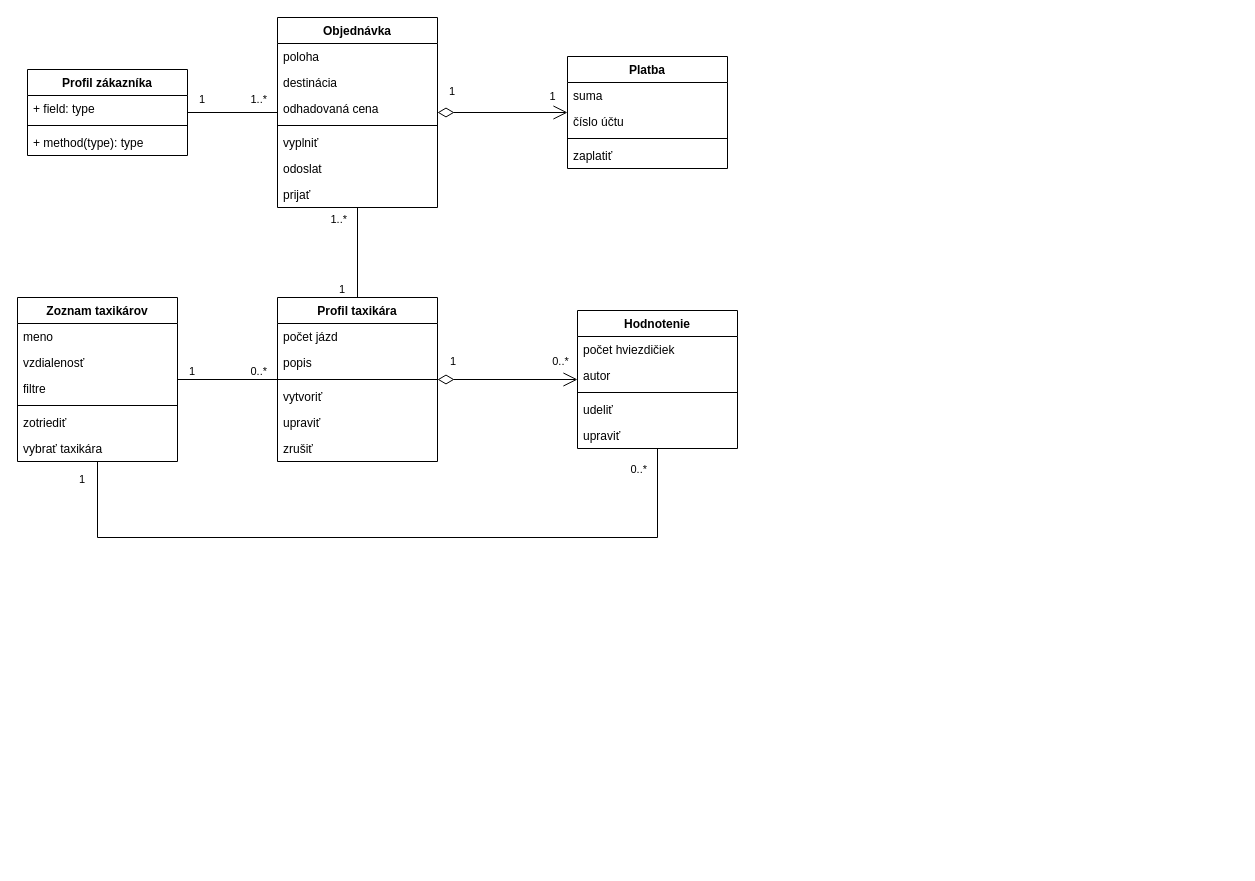
The draw.io diagram Untitled Diagram.drawio in Achatin/Diagrams, before the edit. Source tidied: cells renumbered, new cells numbered last; positions are measured from the earlier drawing's top-left corner, leaving out a move shared by most shapes. Both pictures are drawn from the tidied source at 100%, with x=0, y=0 at pixel (17, 17).
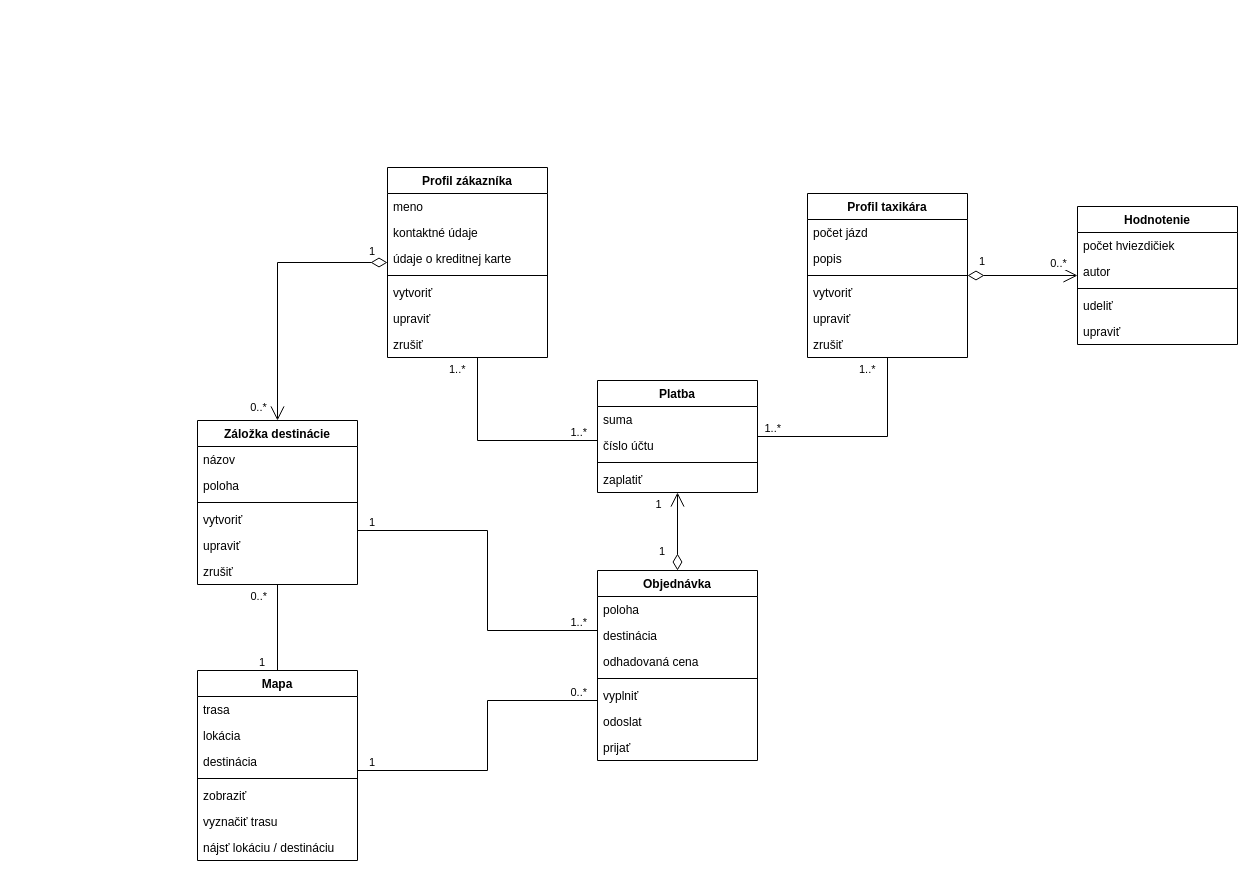
Above is the later version.

What changed in the source:
```diff
@@
     <mxCell id="2" value="Objednávka" style="swimlane;fontStyle=1;align=center;verticalAlign=top;horizontal=1;startSize=26;" parent="1" vertex="1">
-      <mxGeometry x="260" width="160" height="190" as="geometry" />
+      <mxGeometry x="580" y="553" width="160" height="190" as="geometry" />
     </mxCell>
@@
-    <mxCell id="10" value="Zoznam taxikárov" style="swimlane;fontStyle=1;align=center;verticalAlign=top;horizontal=1;startSize=26;" parent="1" vertex="1">
-      <mxGeometry y="280" width="160" height="164" as="geometry" />
-    </mxCell>
-    <mxCell id="11" value="meno" style="text;strokeColor=none;fillColor=none;align=left;verticalAlign=top;spacingLeft=4;spacingRight=4;overflow=hidden;" parent="10" vertex="1">
-      <mxGeometry y="26" width="160" height="26" as="geometry" />
-    </mxCell>
-    <mxCell id="12" value="vzdialenosť" style="text;strokeColor=none;fillColor=none;align=left;verticalAlign=top;spacingLeft=4;spacingRight=4;overflow=hidden;" parent="10" vertex="1">
-      <mxGeometry y="52" width="160" height="26" as="geometry" />
-    </mxCell>
-    <mxCell id="13" value="filtre" style="text;strokeColor=none;fillColor=none;align=left;verticalAlign=top;spacingLeft=4;spacingRight=4;overflow=hidden;" parent="10" vertex="1">
-      <mxGeometry y="78" width="160" height="26" as="geometry" />
-    </mxCell>
-    <mxCell id="14" style="line;strokeWidth=1;fillColor=none;align=left;verticalAlign=middle;spacingTop=-1;spacingLeft=3;spacingRight=3;labelPosition=right;" parent="10" vertex="1">
-      <mxGeometry y="104" width="160" height="8" as="geometry" />
-    </mxCell>
-    <mxCell id="15" value="zotriediť" style="text;strokeColor=none;fillColor=none;align=left;verticalAlign=top;spacingLeft=4;spacingRight=4;overflow=hidden;" parent="10" vertex="1">
-      <mxGeometry y="112" width="160" height="26" as="geometry" />
-    </mxCell>
-    <mxCell id="16" value="vybrať taxikára" style="text;strokeColor=none;fillColor=none;align=left;verticalAlign=top;spacingLeft=4;spacingRight=4;overflow=hidden;" parent="10" vertex="1">
-      <mxGeometry y="138" width="160" height="26" as="geometry" />
-    </mxCell>
     <mxCell id="17" value="Hodnotenie" style="swimlane;fontStyle=1;align=center;verticalAlign=top;horizontal=1;startSize=26;" parent="1" vertex="1">
-      <mxGeometry x="560" y="293" width="160" height="138" as="geometry" />
+      <mxGeometry x="1060" y="189" width="160" height="138" as="geometry" />
     </mxCell>
@@
     <mxCell id="23" value="Profil taxikára" style="swimlane;fontStyle=1;align=center;verticalAlign=top;horizontal=1;startSize=26;" parent="1" vertex="1">
-      <mxGeometry x="260" y="280" width="160" height="164" as="geometry" />
+      <mxGeometry x="790" y="176" width="160" height="164" as="geometry" />
     </mxCell>
@@
-    <mxCell id="30" style="endArrow=none;html=1;edgeStyle=orthogonalEdgeStyle;rounded=0;" parent="1" edge="1" source="10" target="23">
-      <mxGeometry relative="1" as="geometry" />
-    </mxCell>
-    <mxCell id="31" value="1" style="edgeLabel;html=1;align=left;verticalAlign=bottom;" parent="30" vertex="1">
-      <mxGeometry x="-1" relative="1" as="geometry">
-        <mxPoint x="10" as="offset" />
-      </mxGeometry>
-    </mxCell>
-    <mxCell id="32" value="0..*" style="edgeLabel;html=1;align=right;verticalAlign=bottom;" parent="30" vertex="1">
-      <mxGeometry x="1" relative="1" as="geometry">
-        <mxPoint x="-10" as="offset" />
-      </mxGeometry>
-    </mxCell>
-    <mxCell id="33" value="1" style="endArrow=open;html=1;endSize=12;startArrow=diamondThin;startSize=14;startFill=0;edgeStyle=orthogonalEdgeStyle;align=left;verticalAlign=bottom;rounded=0;" parent="1" edge="1" source="23" target="17">
-      <mxGeometry x="-0.85" y="9" relative="1" as="geometry" />
-    </mxCell>
-    <mxCell id="34" value="0..*" style="edgeLabel;html=1;align=center;verticalAlign=middle;" parent="33" vertex="1">
-      <mxGeometry x="0.74" y="-3" relative="1" as="geometry">
-        <mxPoint y="-22" as="offset" />
-      </mxGeometry>
-    </mxCell>
     <mxCell id="35" value="Platba" style="swimlane;fontStyle=1;align=center;verticalAlign=top;horizontal=1;startSize=26;" parent="1" vertex="1">
-      <mxGeometry x="550" y="39" width="160" height="112" as="geometry" />
+      <mxGeometry x="580" y="363" width="160" height="112" as="geometry" />
     </mxCell>
@@
+    <mxCell id="45" value="Profil zákazníka" style="swimlane;fontStyle=1;align=center;verticalAlign=top;horizontal=1;startSize=26;" parent="1" vertex="1">
+      <mxGeometry x="370" y="150" width="160" height="190" as="geometry" />
+    </mxCell>
+    <mxCell id="46" value="meno" style="text;strokeColor=none;fillColor=none;align=left;verticalAlign=top;spacingLeft=4;spacingRight=4;overflow=hidden;" parent="45" vertex="1">
+      <mxGeometry y="26" width="160" height="26" as="geometry" />
+    </mxCell>
+    <mxCell id="55" value="kontaktné údaje" style="text;strokeColor=none;fillColor=none;align=left;verticalAlign=top;spacingLeft=4;spacingRight=4;overflow=hidden;" parent="45" vertex="1">
+      <mxGeometry y="52" width="160" height="26" as="geometry" />
+    </mxCell>
+    <mxCell id="56" value="údaje o kreditnej karte" style="text;strokeColor=none;fillColor=none;align=left;verticalAlign=top;spacingLeft=4;spacingRight=4;overflow=hidden;" parent="45" vertex="1">
+      <mxGeometry y="78" width="160" height="26" as="geometry" />
+    </mxCell>
+    <mxCell id="47" style="line;strokeWidth=1;fillColor=none;align=left;verticalAlign=middle;spacingTop=-1;spacingLeft=3;spacingRight=3;labelPosition=right;" parent="45" vertex="1">
+      <mxGeometry y="104" width="160" height="8" as="geometry" />
+    </mxCell>
+    <mxCell id="48" value="vytvoriť" style="text;strokeColor=none;fillColor=none;align=left;verticalAlign=top;spacingLeft=4;spacingRight=4;overflow=hidden;" parent="45" vertex="1">
+      <mxGeometry y="112" width="160" height="26" as="geometry" />
+    </mxCell>
+    <mxCell id="57" value="upraviť" style="text;strokeColor=none;fillColor=none;align=left;verticalAlign=top;spacingLeft=4;spacingRight=4;overflow=hidden;" parent="45" vertex="1">
+      <mxGeometry y="138" width="160" height="26" as="geometry" />
+    </mxCell>
+    <mxCell id="58" value="zrušiť" style="text;strokeColor=none;fillColor=none;align=left;verticalAlign=top;spacingLeft=4;spacingRight=4;overflow=hidden;" parent="45" vertex="1">
+      <mxGeometry y="164" width="160" height="26" as="geometry" />
+    </mxCell>
+    <mxCell id="59" value="Mapa" style="swimlane;fontStyle=1;align=center;verticalAlign=top;horizontal=1;startSize=26;" parent="1" vertex="1">
+      <mxGeometry x="180" y="653" width="160" height="190" as="geometry" />
+    </mxCell>
+    <mxCell id="60" value="trasa" style="text;strokeColor=none;fillColor=none;align=left;verticalAlign=top;spacingLeft=4;spacingRight=4;overflow=hidden;" parent="59" vertex="1">
+      <mxGeometry y="26" width="160" height="26" as="geometry" />
+    </mxCell>
+    <mxCell id="61" value="lokácia" style="text;strokeColor=none;fillColor=none;align=left;verticalAlign=top;spacingLeft=4;spacingRight=4;overflow=hidden;" parent="59" vertex="1">
+      <mxGeometry y="52" width="160" height="26" as="geometry" />
+    </mxCell>
+    <mxCell id="62" value="destinácia" style="text;strokeColor=none;fillColor=none;align=left;verticalAlign=top;spacingLeft=4;spacingRight=4;overflow=hidden;" parent="59" vertex="1">
+      <mxGeometry y="78" width="160" height="26" as="geometry" />
+    </mxCell>
+    <mxCell id="14" style="line;strokeWidth=1;fillColor=none;align=left;verticalAlign=middle;spacingTop=-1;spacingLeft=3;spacingRight=3;labelPosition=right;" parent="59" vertex="1">
+      <mxGeometry y="104" width="160" height="8" as="geometry" />
+    </mxCell>
+    <mxCell id="63" value="zobraziť" style="text;strokeColor=none;fillColor=none;align=left;verticalAlign=top;spacingLeft=4;spacingRight=4;overflow=hidden;" parent="59" vertex="1">
+      <mxGeometry y="112" width="160" height="26" as="geometry" />
+    </mxCell>
+    <mxCell id="64" value="vyznačiť trasu" style="text;strokeColor=none;fillColor=none;align=left;verticalAlign=top;spacingLeft=4;spacingRight=4;overflow=hidden;" parent="59" vertex="1">
+      <mxGeometry y="138" width="160" height="26" as="geometry" />
+    </mxCell>
+    <mxCell id="65" value="nájsť lokáciu / destináciu" style="text;strokeColor=none;fillColor=none;align=left;verticalAlign=top;spacingLeft=4;spacingRight=4;overflow=hidden;" parent="59" vertex="1">
+      <mxGeometry y="164" width="160" height="26" as="geometry" />
+    </mxCell>
+    <mxCell id="66" value="Záložka destinácie" style="swimlane;fontStyle=1;align=center;verticalAlign=top;horizontal=1;startSize=26;" parent="1" vertex="1">
+      <mxGeometry x="180" y="403" width="160" height="164" as="geometry" />
+    </mxCell>
+    <mxCell id="67" value="názov" style="text;strokeColor=none;fillColor=none;align=left;verticalAlign=top;spacingLeft=4;spacingRight=4;overflow=hidden;" parent="66" vertex="1">
+      <mxGeometry y="26" width="160" height="26" as="geometry" />
+    </mxCell>
+    <mxCell id="68" value="poloha" style="text;strokeColor=none;fillColor=none;align=left;verticalAlign=top;spacingLeft=4;spacingRight=4;overflow=hidden;" parent="66" vertex="1">
+      <mxGeometry y="52" width="160" height="26" as="geometry" />
+    </mxCell>
+    <mxCell id="69" style="line;strokeWidth=1;fillColor=none;align=left;verticalAlign=middle;spacingTop=-1;spacingLeft=3;spacingRight=3;labelPosition=right;" parent="66" vertex="1">
+      <mxGeometry y="78" width="160" height="8" as="geometry" />
+    </mxCell>
+    <mxCell id="70" value="vytvoriť" style="text;strokeColor=none;fillColor=none;align=left;verticalAlign=top;spacingLeft=4;spacingRight=4;overflow=hidden;" parent="66" vertex="1">
+      <mxGeometry y="86" width="160" height="26" as="geometry" />
+    </mxCell>
+    <mxCell id="71" value="upraviť" style="text;strokeColor=none;fillColor=none;align=left;verticalAlign=top;spacingLeft=4;spacingRight=4;overflow=hidden;" parent="66" vertex="1">
+      <mxGeometry y="112" width="160" height="26" as="geometry" />
+    </mxCell>
+    <mxCell id="72" value="zrušiť" style="text;strokeColor=none;fillColor=none;align=left;verticalAlign=top;spacingLeft=4;spacingRight=4;overflow=hidden;" parent="66" vertex="1">
+      <mxGeometry y="138" width="160" height="26" as="geometry" />
+    </mxCell>
+    <mxCell id="33" value="1" style="endArrow=open;html=1;endSize=12;startArrow=diamondThin;startSize=14;startFill=0;edgeStyle=orthogonalEdgeStyle;align=left;verticalAlign=bottom;rounded=0;" parent="1" edge="1" source="23" target="17">
+      <mxGeometry x="-0.82" y="5" relative="1" as="geometry" />
+    </mxCell>
+    <mxCell id="73" value="0..*" style="edgeLabel;html=1;align=center;verticalAlign=middle;" parent="33" vertex="1">
+      <mxGeometry x="0.63" y="1" relative="1" as="geometry">
+        <mxPoint y="-12" as="offset" />
+      </mxGeometry>
+    </mxCell>
+    <mxCell id="74" style="endArrow=none;html=1;edgeStyle=orthogonalEdgeStyle;rounded=0;" parent="1" edge="1" source="66" target="2">
+      <mxGeometry relative="1" as="geometry">
+        <Array as="points">
+          <mxPoint x="470" y="513" />
+          <mxPoint x="470" y="613" />
+        </Array>
+      </mxGeometry>
+    </mxCell>
+    <mxCell id="75" value="1" style="edgeLabel;html=1;align=left;verticalAlign=bottom;" parent="74" vertex="1">
+      <mxGeometry x="-1" relative="1" as="geometry">
+        <mxPoint x="10" as="offset" />
+      </mxGeometry>
+    </mxCell>
+    <mxCell id="76" value="1..*" style="edgeLabel;html=1;align=right;verticalAlign=bottom;" parent="74" vertex="1">
+      <mxGeometry x="1" relative="1" as="geometry">
+        <mxPoint x="-10" as="offset" />
+      </mxGeometry>
+    </mxCell>
+    <mxCell id="77" style="endArrow=none;html=1;edgeStyle=orthogonalEdgeStyle;rounded=0;" parent="1" edge="1" source="59" target="66">
+      <mxGeometry relative="1" as="geometry" />
+    </mxCell>
+    <mxCell id="78" value="1" style="edgeLabel;html=1;align=left;verticalAlign=bottom;" parent="77" vertex="1">
+      <mxGeometry x="-1" relative="1" as="geometry">
+        <mxPoint x="-20" as="offset" />
+      </mxGeometry>
+    </mxCell>
+    <mxCell id="79" value="0..*" style="edgeLabel;html=1;align=right;verticalAlign=bottom;" parent="77" vertex="1">
+      <mxGeometry x="1" relative="1" as="geometry">
+        <mxPoint x="-10" y="20" as="offset" />
+      </mxGeometry>
+    </mxCell>
+    <mxCell id="80" style="endArrow=none;html=1;edgeStyle=orthogonalEdgeStyle;rounded=0;" parent="1" edge="1" source="59" target="2">
+      <mxGeometry relative="1" as="geometry">
+        <Array as="points">
+          <mxPoint x="470" y="753" />
+          <mxPoint x="470" y="683" />
+        </Array>
+      </mxGeometry>
+    </mxCell>
+    <mxCell id="81" value="1" style="edgeLabel;html=1;align=left;verticalAlign=bottom;" parent="80" vertex="1">
+      <mxGeometry x="-1" relative="1" as="geometry">
+        <mxPoint x="10" as="offset" />
+      </mxGeometry>
+    </mxCell>
+    <mxCell id="82" value="0..*" style="edgeLabel;html=1;align=right;verticalAlign=bottom;" parent="80" vertex="1">
+      <mxGeometry x="1" relative="1" as="geometry">
+        <mxPoint x="-10" as="offset" />
+      </mxGeometry>
+    </mxCell>
+    <mxCell id="83" style="endArrow=none;html=1;edgeStyle=orthogonalEdgeStyle;rounded=0;" parent="1" edge="1" source="23" target="35">
+      <mxGeometry relative="1" as="geometry">
+        <Array as="points">
+          <mxPoint x="870" y="419" />
+        </Array>
+      </mxGeometry>
+    </mxCell>
+    <mxCell id="84" value="1..*" style="edgeLabel;html=1;align=left;verticalAlign=bottom;" parent="83" vertex="1">
+      <mxGeometry x="-1" relative="1" as="geometry">
+        <mxPoint x="-30" y="20" as="offset" />
+      </mxGeometry>
+    </mxCell>
+    <mxCell id="85" value="1..*" style="edgeLabel;html=1;align=right;verticalAlign=bottom;" parent="83" vertex="1">
+      <mxGeometry x="1" relative="1" as="geometry">
+        <mxPoint x="24" as="offset" />
+      </mxGeometry>
+    </mxCell>
+    <mxCell id="86" style="endArrow=none;html=1;edgeStyle=orthogonalEdgeStyle;rounded=0;" parent="1" edge="1" source="45" target="35">
+      <mxGeometry relative="1" as="geometry">
+        <Array as="points">
+          <mxPoint x="460" y="423" />
+        </Array>
+      </mxGeometry>
+    </mxCell>
+    <mxCell id="87" value="1..*" style="edgeLabel;html=1;align=left;verticalAlign=bottom;" parent="86" vertex="1">
+      <mxGeometry x="-1" relative="1" as="geometry">
+        <mxPoint x="-30" y="20" as="offset" />
+      </mxGeometry>
+    </mxCell>
+    <mxCell id="88" value="1..*" style="edgeLabel;html=1;align=right;verticalAlign=bottom;" parent="86" vertex="1">
+      <mxGeometry x="1" relative="1" as="geometry">
+        <mxPoint x="-10" as="offset" />
+      </mxGeometry>
+    </mxCell>
     <mxCell id="40" value="1" style="endArrow=open;html=1;endSize=12;startArrow=diamondThin;startSize=14;startFill=0;edgeStyle=orthogonalEdgeStyle;align=left;verticalAlign=bottom;rounded=0;" parent="1" edge="1" source="2" target="35">
-      <mxGeometry x="-0.85" y="12" relative="1" as="geometry" />
+      <mxGeometry x="-0.74" y="20" relative="1" as="geometry" />
     </mxCell>
     <mxCell id="41" value="1" style="edgeLabel;html=1;align=center;verticalAlign=middle;" parent="40" vertex="1">
-      <mxGeometry x="0.76" y="3" relative="1" as="geometry">
-        <mxPoint y="-14" as="offset" />
+      <mxGeometry x="0.75" y="-2" relative="1" as="geometry">
+        <mxPoint x="-22" y="1" as="offset" />
       </mxGeometry>
     </mxCell>
-    <mxCell id="42" style="endArrow=none;html=1;edgeStyle=orthogonalEdgeStyle;rounded=0;" parent="1" edge="1" source="10" target="17">
-      <mxGeometry relative="1" as="geometry">
-        <Array as="points">
-          <mxPoint x="80" y="520" />
-          <mxPoint x="640" y="520" />
-        </Array>
-      </mxGeometry>
-    </mxCell>
-    <mxCell id="43" value="1" style="edgeLabel;html=1;align=left;verticalAlign=bottom;" parent="42" vertex="1">
-      <mxGeometry x="-1" relative="1" as="geometry">
-        <mxPoint x="-20" y="26" as="offset" />
-      </mxGeometry>
-    </mxCell>
-    <mxCell id="44" value="0..*" style="edgeLabel;html=1;align=right;verticalAlign=bottom;" parent="42" vertex="1">
-      <mxGeometry x="1" relative="1" as="geometry">
-        <mxPoint x="-10" y="29" as="offset" />
-      </mxGeometry>
-    </mxCell>
-    <mxCell id="45" value="Profil zákazníka" style="swimlane;fontStyle=1;align=center;verticalAlign=top;horizontal=1;startSize=26;" parent="1" vertex="1">
-      <mxGeometry x="10" y="52" width="160" height="86" as="geometry" />
-    </mxCell>
-    <mxCell id="46" value="+ field: type" style="text;strokeColor=none;fillColor=none;align=left;verticalAlign=top;spacingLeft=4;spacingRight=4;overflow=hidden;" parent="45" vertex="1">
-      <mxGeometry y="26" width="160" height="26" as="geometry" />
-    </mxCell>
-    <mxCell id="47" style="line;strokeWidth=1;fillColor=none;align=left;verticalAlign=middle;spacingTop=-1;spacingLeft=3;spacingRight=3;labelPosition=right;" parent="45" vertex="1">
-      <mxGeometry y="52" width="160" height="8" as="geometry" />
-    </mxCell>
-    <mxCell id="48" value="+ method(type): type" style="text;strokeColor=none;fillColor=none;align=left;verticalAlign=top;spacingLeft=4;spacingRight=4;overflow=hidden;" parent="45" vertex="1">
-      <mxGeometry y="60" width="160" height="26" as="geometry" />
-    </mxCell>
-    <mxCell id="49" style="endArrow=none;html=1;edgeStyle=orthogonalEdgeStyle;rounded=0;" parent="1" edge="1" source="23" target="2">
-      <mxGeometry relative="1" as="geometry" />
-    </mxCell>
-    <mxCell id="50" value="1" style="edgeLabel;html=1;align=left;verticalAlign=bottom;" parent="49" vertex="1">
-      <mxGeometry x="-1" relative="1" as="geometry">
-        <mxPoint x="-20" as="offset" />
-      </mxGeometry>
-    </mxCell>
-    <mxCell id="51" value="1..*" style="edgeLabel;html=1;align=right;verticalAlign=bottom;" parent="49" vertex="1">
-      <mxGeometry x="1" relative="1" as="geometry">
-        <mxPoint x="-10" y="20" as="offset" />
-      </mxGeometry>
-    </mxCell>
-    <mxCell id="52" style="endArrow=none;html=1;edgeStyle=orthogonalEdgeStyle;rounded=0;" parent="1" edge="1" source="45" target="2">
-      <mxGeometry relative="1" as="geometry" />
-    </mxCell>
-    <mxCell id="53" value="1" style="edgeLabel;html=1;align=left;verticalAlign=bottom;" parent="52" vertex="1">
-      <mxGeometry x="-1" relative="1" as="geometry">
-        <mxPoint x="10" y="-5" as="offset" />
-      </mxGeometry>
-    </mxCell>
-    <mxCell id="54" value="1..*" style="edgeLabel;html=1;align=right;verticalAlign=bottom;" parent="52" vertex="1">
-      <mxGeometry x="1" relative="1" as="geometry">
-        <mxPoint x="-10" y="-5" as="offset" />
-      </mxGeometry>
-    </mxCell>
+    <mxCell id="89" value="1" style="endArrow=open;html=1;endSize=12;startArrow=diamondThin;startSize=14;startFill=0;edgeStyle=orthogonalEdgeStyle;align=left;verticalAlign=bottom;rounded=0;" parent="1" edge="1" source="45" target="66">
+      <mxGeometry x="-0.85" y="-2" relative="1" as="geometry" />
+    </mxCell>
+    <mxCell id="90" value="0..*" style="edgeLabel;html=1;align=center;verticalAlign=middle;" parent="89" vertex="1">
+      <mxGeometry x="0.79" relative="1" as="geometry">
+        <mxPoint x="-20" y="14" as="offset" />
+      </mxGeometry>
+    </mxCell>
```
